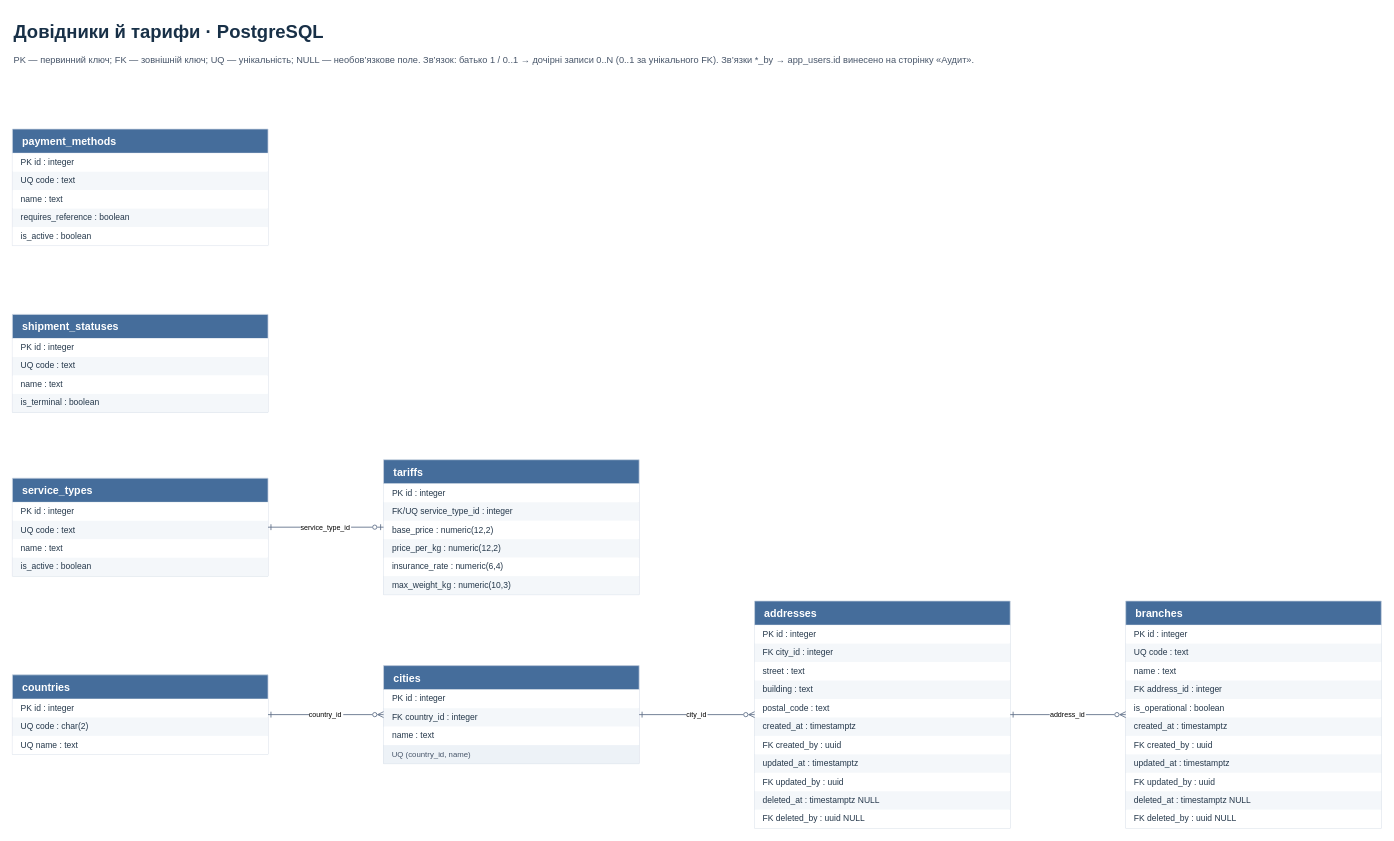
quadroex/postsystem keeps this draw.io diagram as page "Довідники й тарифи" (3 of 5) of docs/design/postsystem.drawio. Above is the earlier version. Source tidied: cells renumbered, new cells numbered last; positions are measured from the earlier drawing's top-left corner, leaving out a move shared by most shapes. Both pictures are drawn from the tidied source at 71%, with x=0, y=0 at pixel (12, 12).
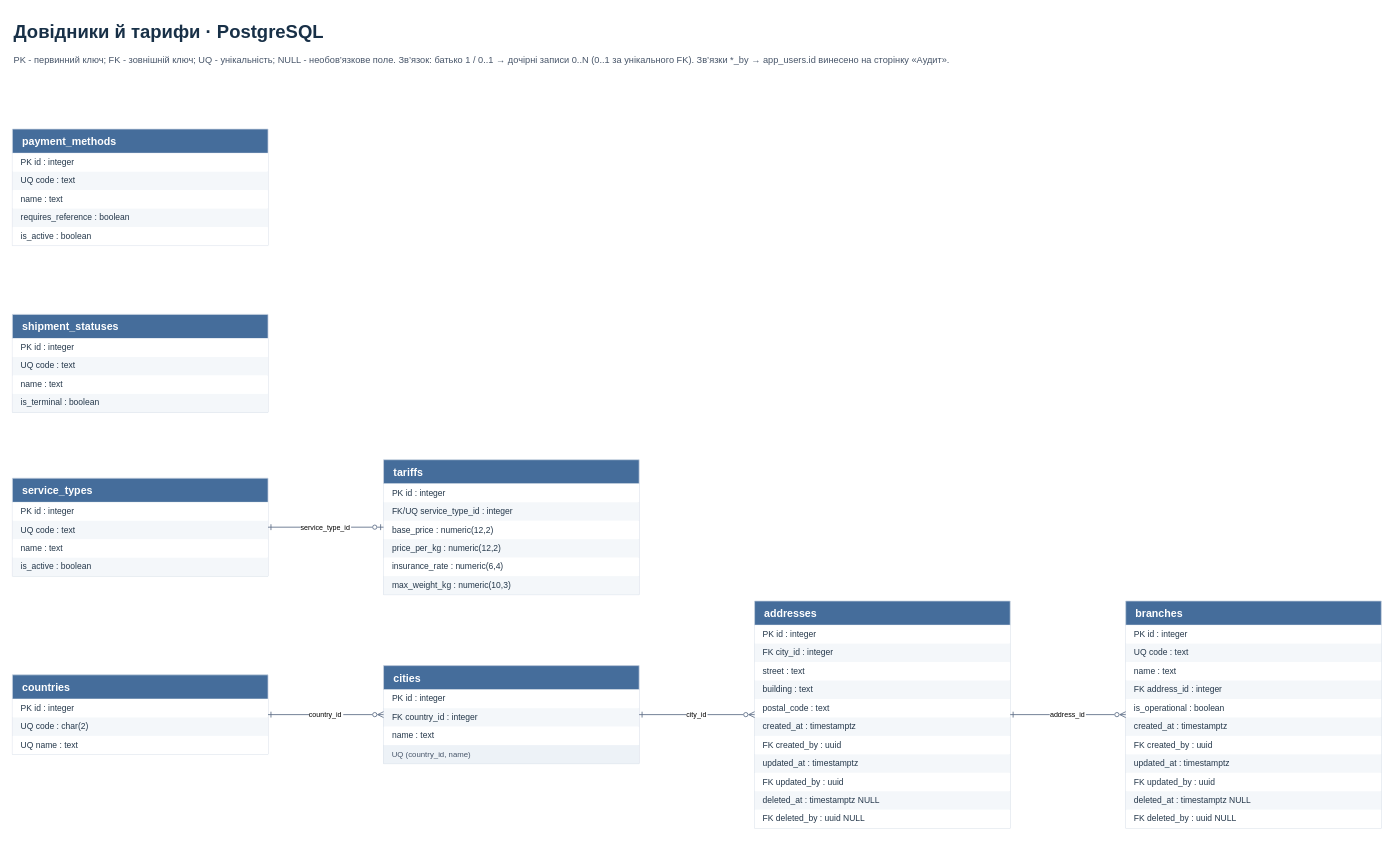
After the change.

Diff of the diagram source:
```diff
@@
-    <mxCell id="3" value="PK — первинний ключ; FK — зовнішній ключ; UQ — унікальність; NULL — необов’язкове поле. Зв’язок: батько 1 / 0..1 → дочірні записи 0..N (0..1 за унікального FK). Зв’язки *_by → app_users.id винесено на сторінку «Аудит»." style="text;html=0;align=left;fontSize=13;fontColor=#475569;whiteSpace=wrap;" parent="1" vertex="1">
+    <mxCell id="3" value="PK - первинний ключ; FK - зовнішній ключ; UQ - унікальність; NULL - необов’язкове поле. Зв’язок: батько 1 / 0..1 → дочірні записи 0..N (0..1 за унікального FK). Зв’язки *_by → app_users.id винесено на сторінку «Аудит»." style="text;html=0;align=left;fontSize=13;fontColor=#475569;whiteSpace=wrap;" parent="1" vertex="1">
       <mxGeometry y="53" width="1500" height="50" as="geometry" />
     </mxCell>
```
